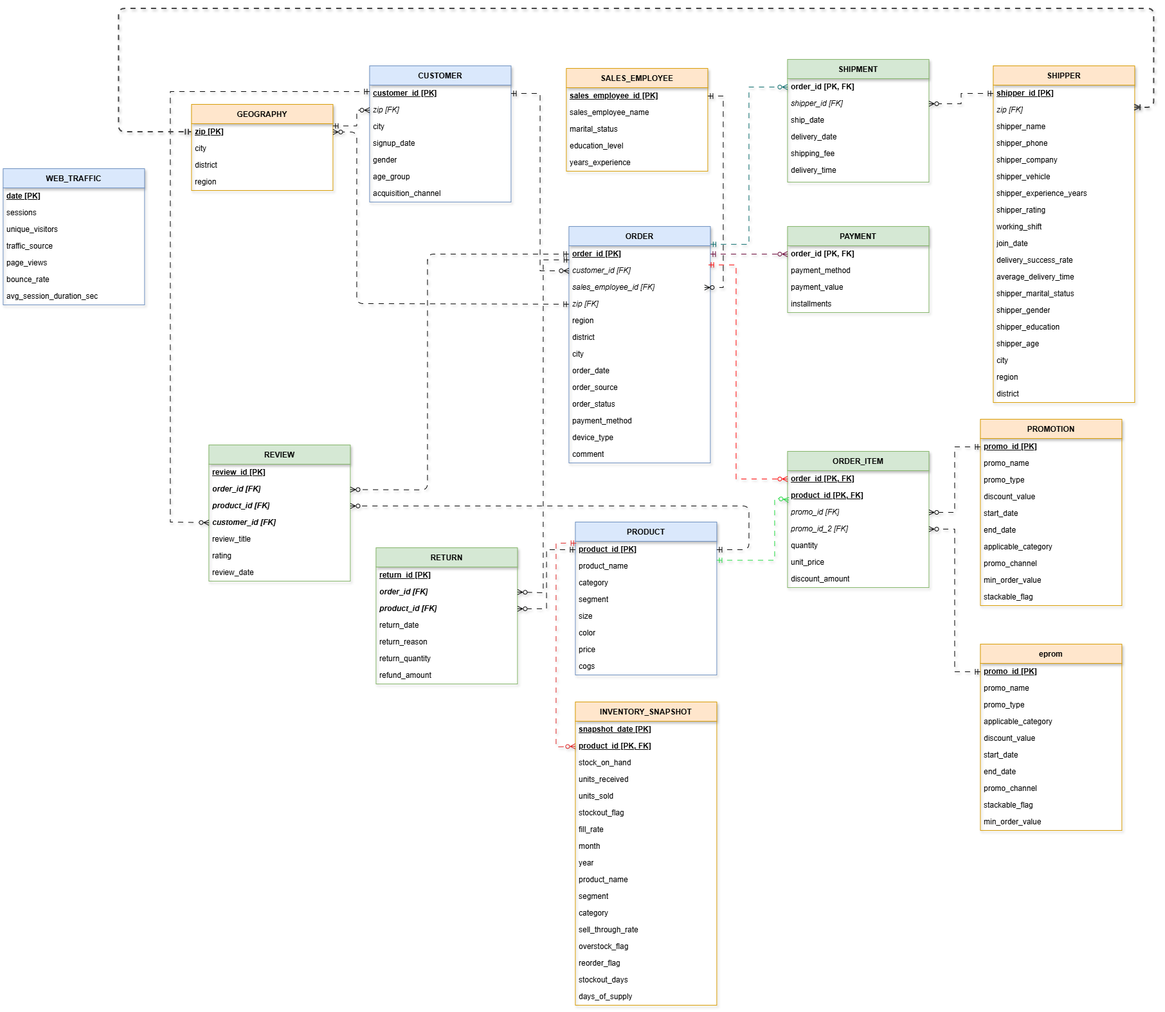
Before: ERD và Lược đồ quan hệ/DAAI_N2.2-Lược đồ 2NF.drawio.png, a diagram exported from draw.io (meanvux07/DAAI_N2.2). Source tidied: cells renumbered, new cells last; positions are measured from the earlier drawing's top-left corner, leaving out a move shared by most shapes.
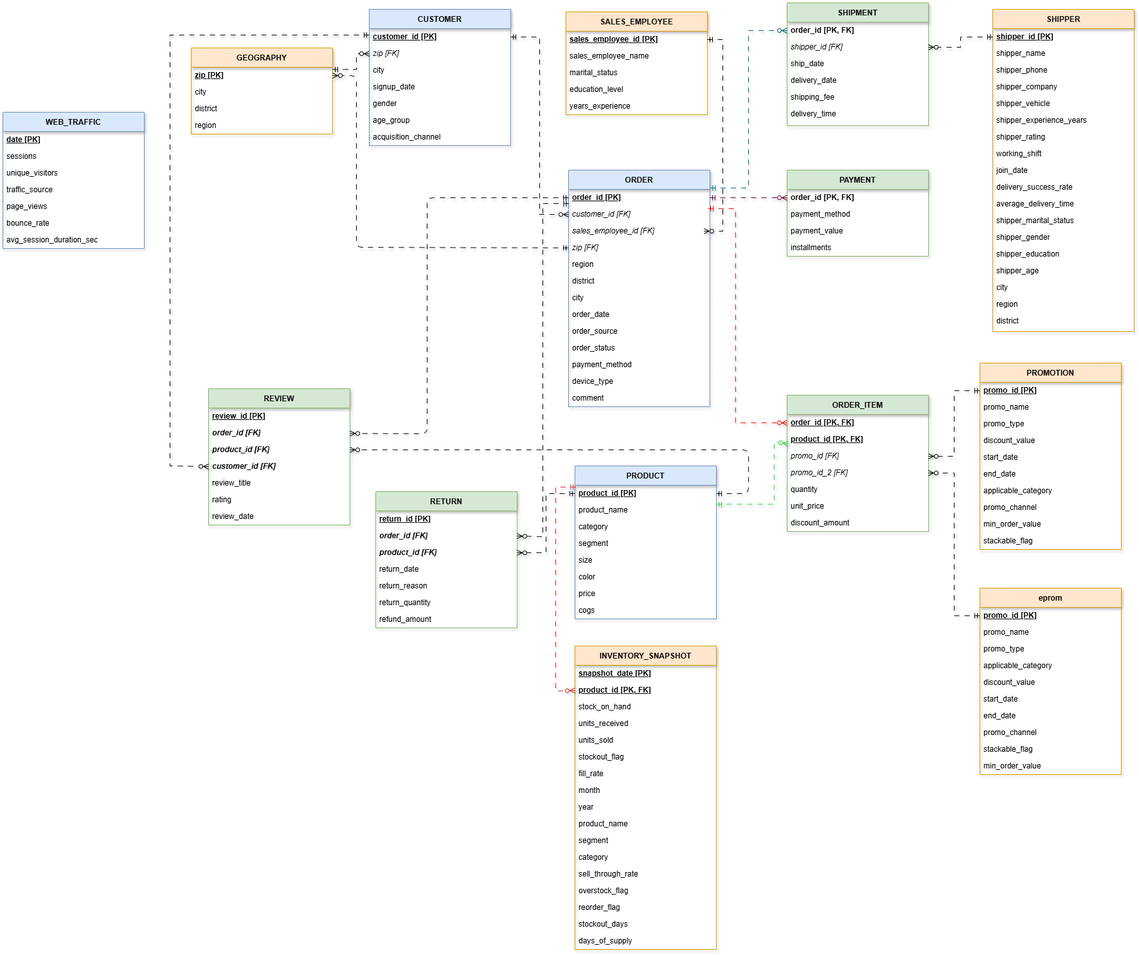
After the commit.

Change to the diagram source:
```diff
@@ -60,64 +60,61 @@
       <mxGeometry y="134" width="220" height="26" as="geometry" />
     </mxCell>
     <mxCell id="21" value="SHIPPER" style="swimlane;horizontal=1;startSize=30;rounded=0;fillColor=#ffe6cc;strokeColor=#d79b00;fontStyle=1;align=center;shadow=1;" parent="1" vertex="1">
-      <mxGeometry x="1540" y="89" width="220" height="524" as="geometry" />
+      <mxGeometry x="1540" y="89" width="220" height="501" as="geometry" />
     </mxCell>
     <mxCell id="22" value="shipper_id [PK]" style="text;strokeColor=none;fillColor=none;align=left;verticalAlign=middle;spacingLeft=4;spacingRight=4;overflow=hidden;points=[[0,0.5],[1,0.5]];portConstraint=eastwest;whiteSpace=wrap;fontStyle=5;shadow=1;" parent="21" vertex="1">
       <mxGeometry y="30" width="220" height="26" as="geometry" />
     </mxCell>
-    <mxCell id="23" value="zip [FK]" style="text;strokeColor=none;fillColor=none;align=left;verticalAlign=middle;spacingLeft=4;spacingRight=4;overflow=hidden;points=[[0,0.5],[1,0.5]];portConstraint=eastwest;whiteSpace=wrap;fontStyle=2;shadow=1;" parent="21" vertex="1">
-      <mxGeometry y="56" width="220" height="26" as="geometry" />
-    </mxCell>
     <mxCell id="24" value="shipper_name" style="text;strokeColor=none;fillColor=none;align=left;verticalAlign=middle;spacingLeft=4;spacingRight=4;overflow=hidden;whiteSpace=wrap;shadow=1;" parent="21" vertex="1">
-      <mxGeometry y="82" width="220" height="26" as="geometry" />
+      <mxGeometry y="56" width="220" height="26" as="geometry" />
     </mxCell>
     <mxCell id="25" value="shipper_phone" style="text;strokeColor=none;fillColor=none;align=left;verticalAlign=middle;spacingLeft=4;spacingRight=4;overflow=hidden;whiteSpace=wrap;shadow=1;" parent="21" vertex="1">
-      <mxGeometry y="108" width="220" height="26" as="geometry" />
+      <mxGeometry y="82" width="220" height="26" as="geometry" />
     </mxCell>
     <mxCell id="26" value="shipper_company" style="text;strokeColor=none;fillColor=none;align=left;verticalAlign=middle;spacingLeft=4;spacingRight=4;overflow=hidden;whiteSpace=wrap;shadow=1;" parent="21" vertex="1">
-      <mxGeometry y="134" width="220" height="26" as="geometry" />
+      <mxGeometry y="108" width="220" height="26" as="geometry" />
     </mxCell>
     <mxCell id="27" value="shipper_vehicle" style="text;strokeColor=none;fillColor=none;align=left;verticalAlign=middle;spacingLeft=4;spacingRight=4;overflow=hidden;whiteSpace=wrap;shadow=1;" parent="21" vertex="1">
-      <mxGeometry y="160" width="220" height="26" as="geometry" />
+      <mxGeometry y="134" width="220" height="26" as="geometry" />
     </mxCell>
     <mxCell id="28" value="shipper_experience_years" style="text;strokeColor=none;fillColor=none;align=left;verticalAlign=middle;spacingLeft=4;spacingRight=4;overflow=hidden;whiteSpace=wrap;shadow=1;" parent="21" vertex="1">
-      <mxGeometry y="186" width="220" height="26" as="geometry" />
+      <mxGeometry y="160" width="220" height="26" as="geometry" />
     </mxCell>
     <mxCell id="29" value="shipper_rating" style="text;strokeColor=none;fillColor=none;align=left;verticalAlign=middle;spacingLeft=4;spacingRight=4;overflow=hidden;whiteSpace=wrap;shadow=1;" parent="21" vertex="1">
-      <mxGeometry y="212" width="220" height="26" as="geometry" />
+      <mxGeometry y="186" width="220" height="26" as="geometry" />
     </mxCell>
     <mxCell id="30" value="working_shift" style="text;strokeColor=none;fillColor=none;align=left;verticalAlign=middle;spacingLeft=4;spacingRight=4;overflow=hidden;whiteSpace=wrap;shadow=1;" parent="21" vertex="1">
-      <mxGeometry y="238" width="220" height="26" as="geometry" />
+      <mxGeometry y="212" width="220" height="26" as="geometry" />
     </mxCell>
     <mxCell id="31" value="join_date" style="text;strokeColor=none;fillColor=none;align=left;verticalAlign=middle;spacingLeft=4;spacingRight=4;overflow=hidden;whiteSpace=wrap;shadow=1;" parent="21" vertex="1">
-      <mxGeometry y="264" width="220" height="26" as="geometry" />
+      <mxGeometry y="238" width="220" height="26" as="geometry" />
     </mxCell>
     <mxCell id="32" value="delivery_success_rate" style="text;strokeColor=none;fillColor=none;align=left;verticalAlign=middle;spacingLeft=4;spacingRight=4;overflow=hidden;whiteSpace=wrap;shadow=1;" parent="21" vertex="1">
-      <mxGeometry y="290" width="220" height="26" as="geometry" />
+      <mxGeometry y="264" width="220" height="26" as="geometry" />
     </mxCell>
     <mxCell id="33" value="average_delivery_time" style="text;strokeColor=none;fillColor=none;align=left;verticalAlign=middle;spacingLeft=4;spacingRight=4;overflow=hidden;whiteSpace=wrap;shadow=1;" parent="21" vertex="1">
-      <mxGeometry y="316" width="220" height="26" as="geometry" />
+      <mxGeometry y="290" width="220" height="26" as="geometry" />
     </mxCell>
     <mxCell id="34" value="shipper_marital_status" style="text;strokeColor=none;fillColor=none;align=left;verticalAlign=middle;spacingLeft=4;spacingRight=4;overflow=hidden;whiteSpace=wrap;shadow=1;" parent="21" vertex="1">
-      <mxGeometry y="342" width="220" height="26" as="geometry" />
+      <mxGeometry y="316" width="220" height="26" as="geometry" />
     </mxCell>
     <mxCell id="35" value="shipper_gender" style="text;strokeColor=none;fillColor=none;align=left;verticalAlign=middle;spacingLeft=4;spacingRight=4;overflow=hidden;whiteSpace=wrap;shadow=1;" parent="21" vertex="1">
-      <mxGeometry y="368" width="220" height="26" as="geometry" />
+      <mxGeometry y="342" width="220" height="26" as="geometry" />
     </mxCell>
     <mxCell id="36" value="shipper_education" style="text;strokeColor=none;fillColor=none;align=left;verticalAlign=middle;spacingLeft=4;spacingRight=4;overflow=hidden;whiteSpace=wrap;shadow=1;" parent="21" vertex="1">
-      <mxGeometry y="394" width="220" height="26" as="geometry" />
+      <mxGeometry y="368" width="220" height="26" as="geometry" />
     </mxCell>
     <mxCell id="37" value="shipper_age" style="text;strokeColor=none;fillColor=none;align=left;verticalAlign=middle;spacingLeft=4;spacingRight=4;overflow=hidden;whiteSpace=wrap;shadow=1;" parent="21" vertex="1">
-      <mxGeometry y="420" width="220" height="26" as="geometry" />
+      <mxGeometry y="394" width="220" height="26" as="geometry" />
     </mxCell>
     <mxCell id="38" value="city" style="text;strokeColor=none;fillColor=none;align=left;verticalAlign=middle;spacingLeft=4;spacingRight=4;overflow=hidden;whiteSpace=wrap;shadow=1;" parent="21" vertex="1">
-      <mxGeometry y="446" width="220" height="26" as="geometry" />
+      <mxGeometry y="420" width="220" height="26" as="geometry" />
     </mxCell>
     <mxCell id="39" value="region" style="text;strokeColor=none;fillColor=none;align=left;verticalAlign=middle;spacingLeft=4;spacingRight=4;overflow=hidden;whiteSpace=wrap;shadow=1;" parent="21" vertex="1">
-      <mxGeometry y="472" width="220" height="26" as="geometry" />
+      <mxGeometry y="446" width="220" height="26" as="geometry" />
     </mxCell>
     <mxCell id="40" value="district" style="text;strokeColor=none;fillColor=none;align=left;verticalAlign=middle;spacingLeft=4;spacingRight=4;overflow=hidden;whiteSpace=wrap;shadow=1;" parent="21" vertex="1">
-      <mxGeometry y="498" width="220" height="26" as="geometry" />
+      <mxGeometry y="472" width="220" height="26" as="geometry" />
     </mxCell>
     <mxCell id="41" value="WEB_TRAFFIC" style="swimlane;horizontal=1;startSize=30;rounded=0;fillColor=#dae8fc;strokeColor=#6c8ebf;fontStyle=1;align=center;shadow=1;" parent="1" vertex="1">
       <mxGeometry y="249" width="220" height="212" as="geometry" />
@@ -546,15 +543,5 @@
         </Array>
       </mxGeometry>
     </mxCell>
-    <mxCell id="165" style="edgeStyle=orthogonalEdgeStyle;rounded=1;jettySize=auto;html=1;endArrow=ERmandOne;startArrow=ERoneToMany;endFill=0;strokeWidth=2;strokeColor=#444444;flowAnimation=1;startFill=0;exitX=0.999;exitY=0.343;exitDx=0;exitDy=0;exitPerimeter=0;entryX=0;entryY=0.5;entryDx=0;entryDy=0;shadow=1;" parent="1" edge="1" source="23" target="3">
-      <mxGeometry relative="1" as="geometry">
-        <Array as="points">
-          <mxPoint x="1790.1" y="153.9" />
-          <mxPoint x="1790.1" />
-          <mxPoint x="180.1" />
-          <mxPoint x="180.1" y="192" />
-        </Array>
-      </mxGeometry>
-    </mxCell>
   </root>
 </mxGraphModel>
```
